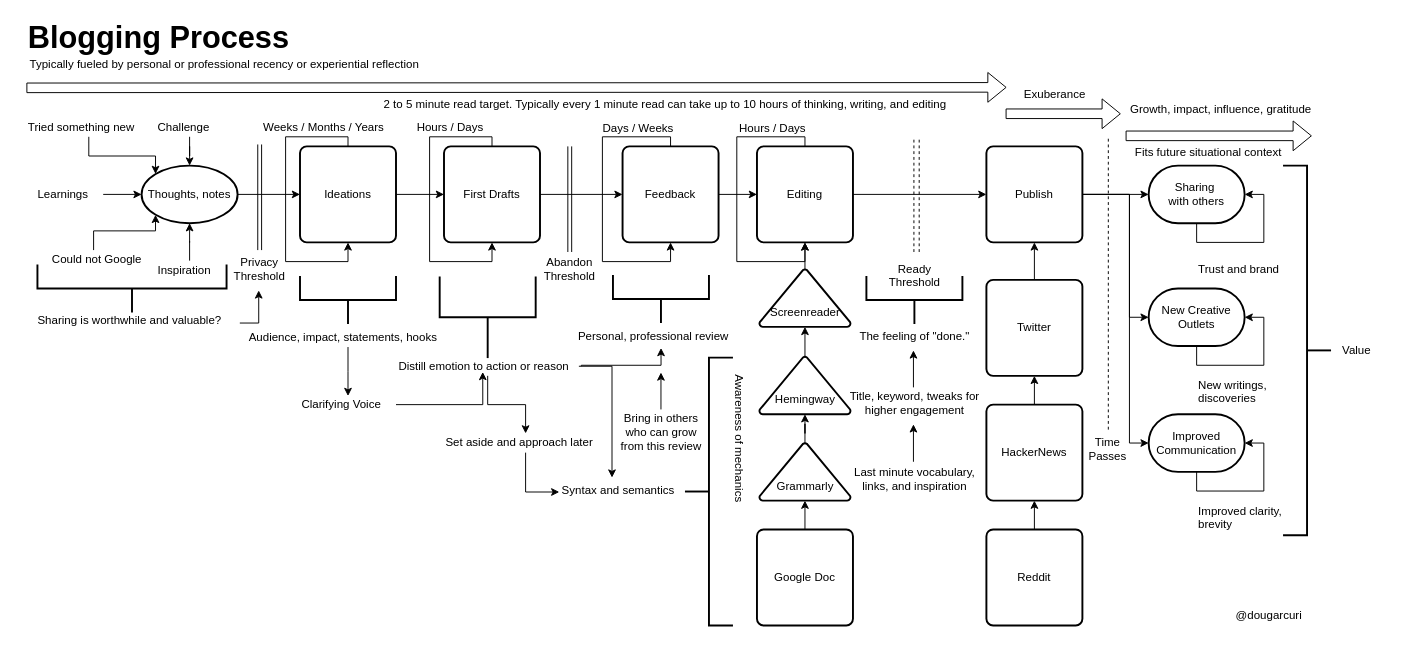
The draw.io diagram mentoring/diagrams/blogging-process.drawio in solidi/learning-notes, before the edit. Source tidied: cells renumbered, new cells numbered last; positions are measured from the earlier drawing's top-left corner, leaving out a move shared by most shapes. Both pictures are drawn from the tidied source at 96%, with x=0, y=0 at pixel (26, 16).
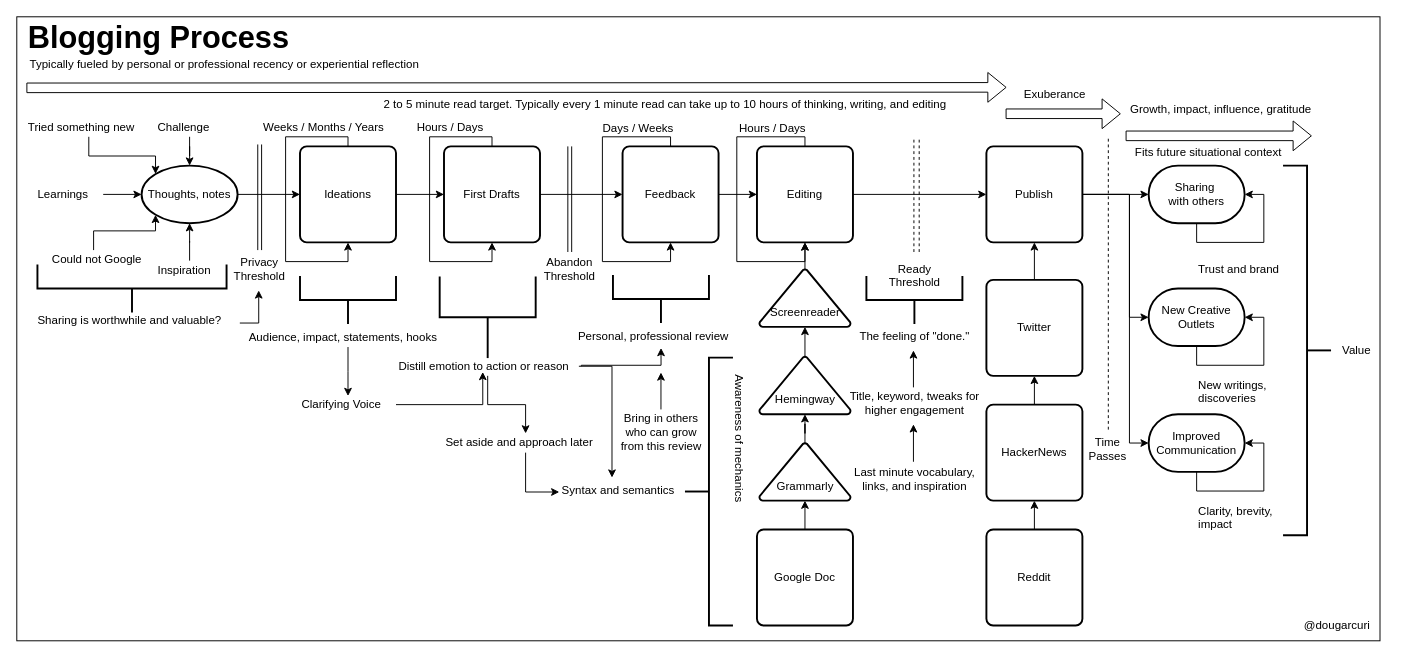
After the change.

Commit message (it also covers changes not shown here):
Add border and impact

Diff of the diagram source:
```diff
@@
+    <mxCell id="106" style="rounded=0;whiteSpace=wrap;html=1;align=center;fillColor=none;" parent="1" vertex="1">
+      <mxGeometry x="-10" width="1420" height="650" as="geometry" />
+    </mxCell>
@@
-    <mxCell id="82" value="Improved clarity, &lt;br&gt;brevity&amp;nbsp;" style="text;html=1;align=left;verticalAlign=top;spacingTop=-4;" parent="1" vertex="1">
-      <mxGeometry x="1219" y="504.5" width="100" height="30" as="geometry" />
+    <mxCell id="82" value="Clarity, brevity,&lt;br&gt;impact&amp;nbsp;" style="text;html=1;align=left;verticalAlign=top;spacingTop=-4;" parent="1" vertex="1">
+      <mxGeometry x="1219" y="504.5" width="90" height="30" as="geometry" />
     </mxCell>
@@
     <mxCell id="100" value="@dougarcuri" style="text;html=1;align=center;verticalAlign=middle;" parent="1" vertex="1">
-      <mxGeometry x="1254" y="614" width="80" height="20" as="geometry" />
+      <mxGeometry x="1325" y="624" width="80" height="20" as="geometry" />
     </mxCell>
```
